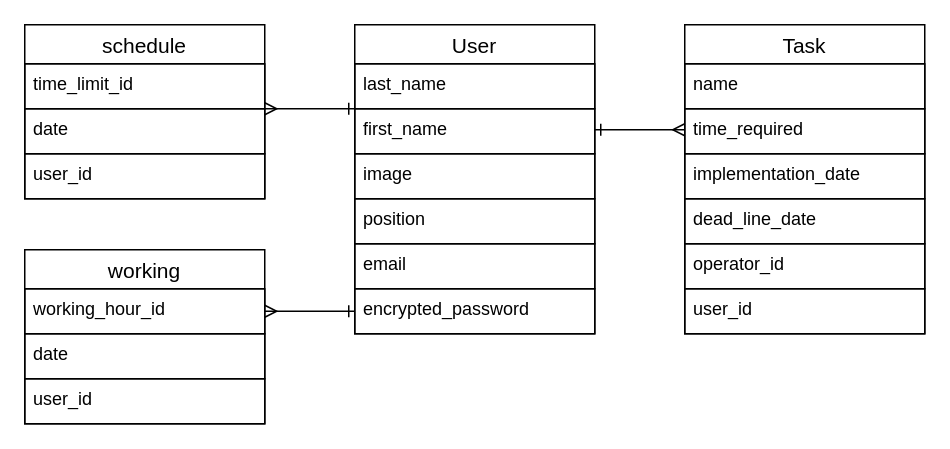
The draw.io diagram test.dio in Yurika-1016/team-task-app-33991, before the edit. Source tidied: cells renumbered, new cells numbered last; positions are measured from the earlier drawing's top-left corner, leaving out a move shared by most shapes. Both pictures are drawn from the tidied source at 150%, with x=0, y=0 at pixel (24, 24).
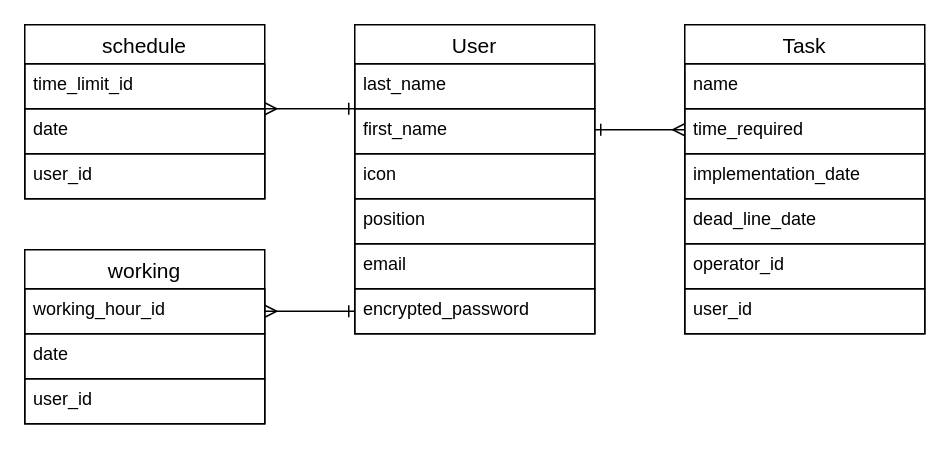
Above is the later version.

The change refers to these unchanged cells:
```xml
<mxCell id="2" value="User" style="swimlane;fontStyle=0;horizontal=1;startSize=26;align=center;fontSize=14;strokeColor=#000000;labelBorderColor=none;swimlaneFillColor=none;" parent="1" vertex="1">
  <mxGeometry x="220" width="160" height="206" as="geometry" />
</mxCell>
```

What changed in the source:
```diff
@@
-    <mxCell id="6" value="image" style="text;fillColor=none;spacingLeft=4;spacingRight=4;overflow=hidden;fontSize=12;strokeColor=#000000;fontColor=#000000;" parent="2" vertex="1">
+    <mxCell id="6" value="icon" style="text;fillColor=none;spacingLeft=4;spacingRight=4;overflow=hidden;fontSize=12;strokeColor=#000000;fontColor=#000000;" parent="2" vertex="1">
       <mxGeometry y="86" width="160" height="30" as="geometry" />
     </mxCell>
```
